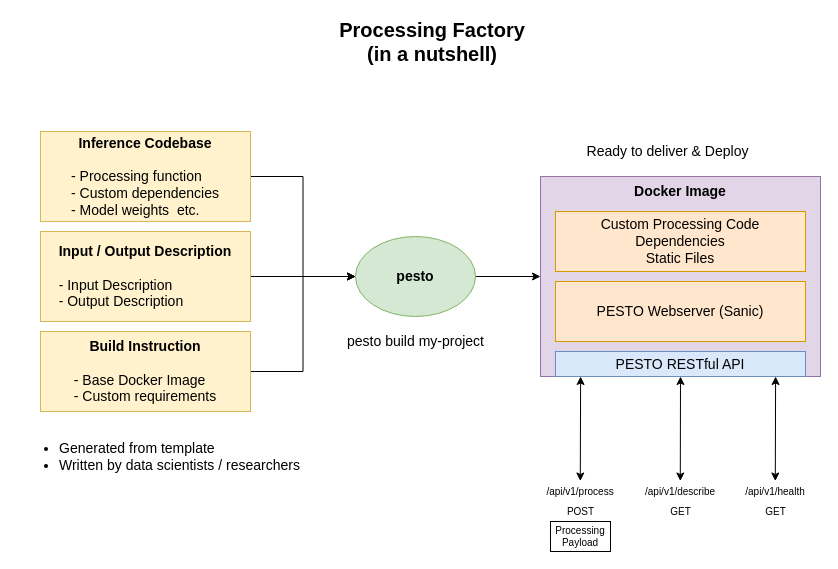
The draw.io diagram page "In a Nutshell" (1 of 3) of pesto-cli/docs/img/pesto.drawio in AirbusDefenceAndSpace/pesto, before the edit. Source tidied: cells renumbered, new cells numbered last; positions are measured from the earlier drawing's top-left corner, leaving out a move shared by most shapes. Both pictures are drawn from the tidied source at 100%, with x=0, y=0 at pixel (17, 31).
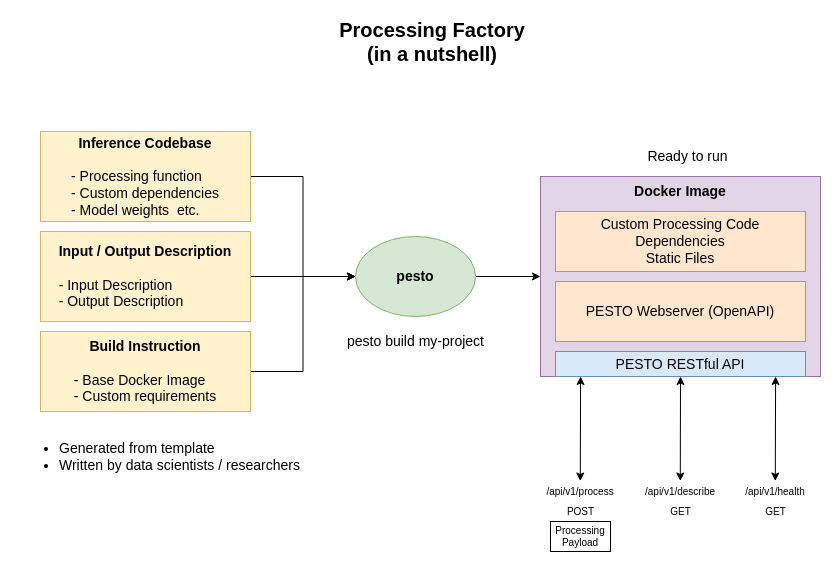
The same diagram, later.

The edit, as a diff of the source:
```diff
@@
-    <mxCell id="13" value="Ready to deliver &amp;amp; Deploy" style="text;html=1;align=center;verticalAlign=middle;fontSize=14;" parent="1" vertex="1">
-      <mxGeometry x="560" y="110" width="180" height="20" as="geometry" />
+    <mxCell id="13" value="Ready to run" style="text;html=1;align=center;verticalAlign=middle;fontSize=14;" parent="1" vertex="1">
+      <mxGeometry x="620" y="110" width="100" height="30" as="geometry" />
     </mxCell>
@@
-    <mxCell id="16" value="PESTO Webserver (Sanic)" style="rounded=0;whiteSpace=wrap;html=1;fontSize=14;align=center;fillColor=#ffe6cc;strokeColor=#d79b00;" parent="1" vertex="1">
+    <mxCell id="16" value="PESTO Webserver (OpenAPI)" style="rounded=0;whiteSpace=wrap;html=1;fontSize=14;align=center;fillColor=#ffe6cc;strokeColor=#d79b00;" parent="1" vertex="1">
       <mxGeometry x="538" y="250" width="250" height="60" as="geometry" />
     </mxCell>
```
